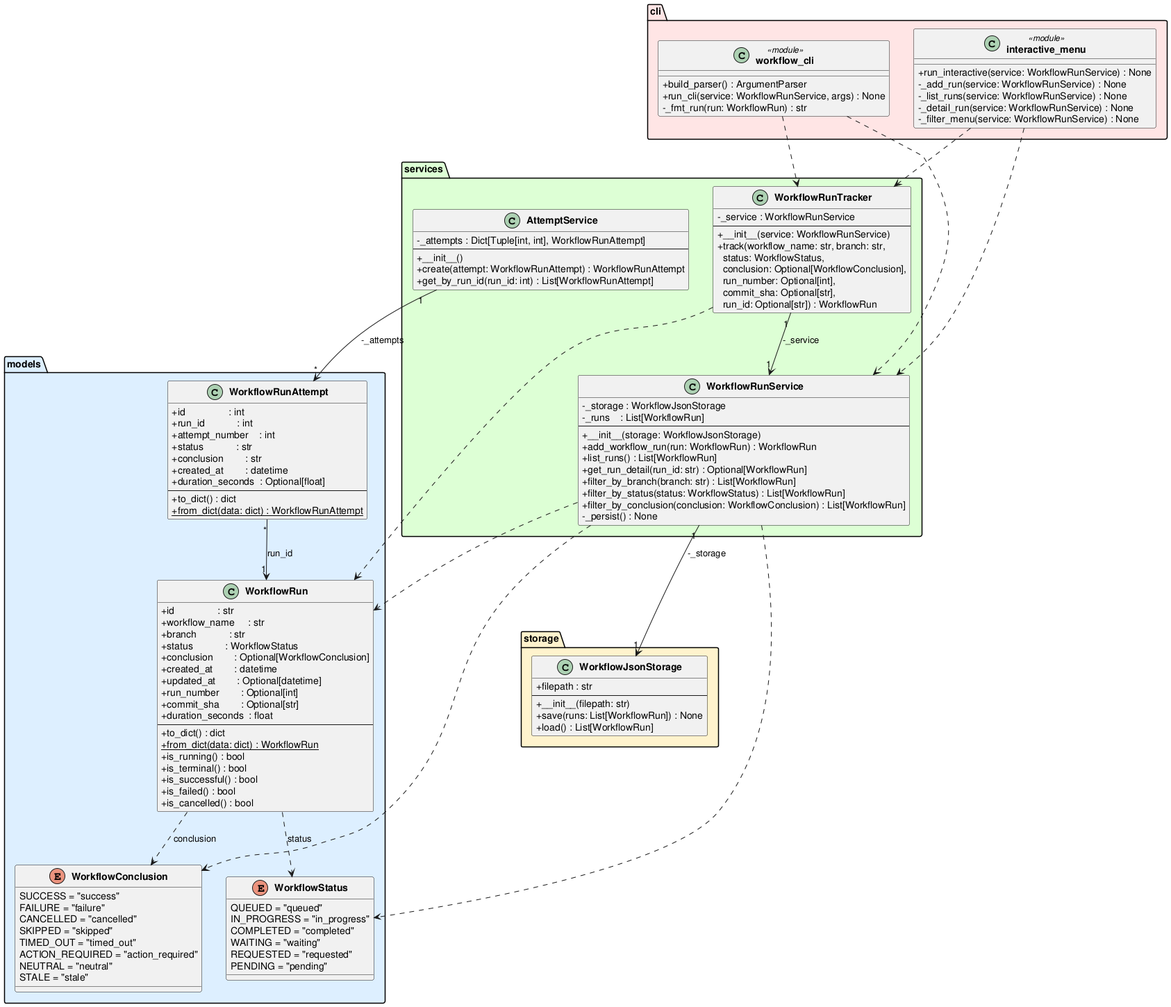
Earlier version of the PlantUML export experiments/supervisor_as_tools/test_driven/github-workflow-manager/artifacts/class_diagram.png (DanielRiha8906/Software_autoevolution_using_agents).
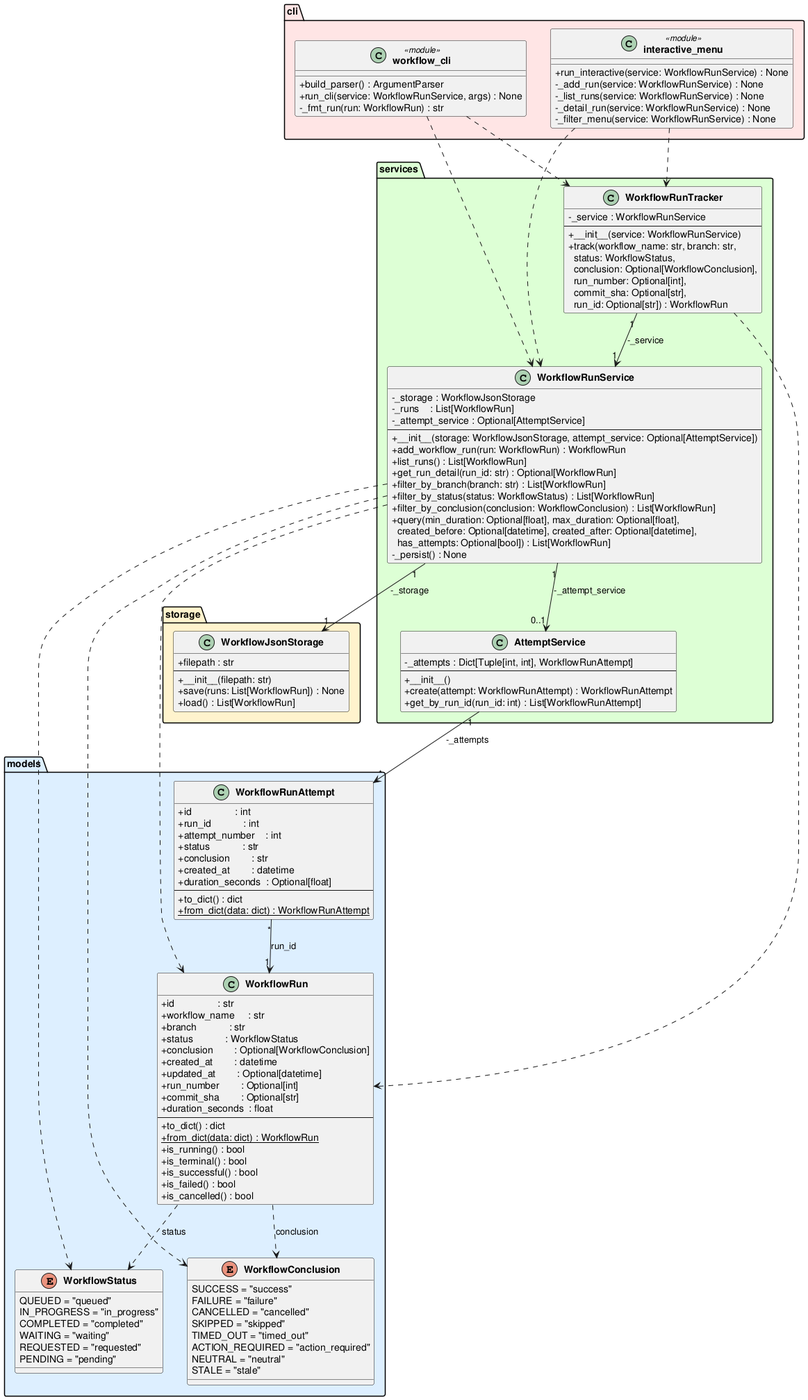
After the commit.

What changed in the source:
```diff
@@ -73,14 +73,16 @@
     class WorkflowRunService {
         -_storage : WorkflowJsonStorage
         -_runs    : List[WorkflowRun]
+        -_attempt_service : Optional[AttemptService]
         --
-        +__init__(storage: WorkflowJsonStorage)
+        +__init__(storage: WorkflowJsonStorage, attempt_service: Optional[AttemptService])
         +add_workflow_run(run: WorkflowRun) : WorkflowRun
         +list_runs() : List[WorkflowRun]
         +get_run_detail(run_id: str) : Optional[WorkflowRun]
         +filter_by_branch(branch: str) : List[WorkflowRun]
         +filter_by_status(status: WorkflowStatus) : List[WorkflowRun]
         +filter_by_conclusion(conclusion: WorkflowConclusion) : List[WorkflowRun]
+        +query(min_duration: Optional[float], max_duration: Optional[float],\n  created_before: Optional[datetime], created_after: Optional[datetime],\n  has_attempts: Optional[bool]) : List[WorkflowRun]
         -_persist() : None
     }
 
@@ -120,6 +122,7 @@
 WorkflowRun                ..>  WorkflowConclusion    : conclusion
 WorkflowRunAttempt    "*" --> "1" WorkflowRun        : run_id
 WorkflowRunService    "1" --> "1" WorkflowJsonStorage : -_storage
+WorkflowRunService    "1" --> "0..1" AttemptService   : -_attempt_service
 WorkflowRunService         ..>  WorkflowRun
 WorkflowRunService         ..>  WorkflowStatus
 WorkflowRunService         ..>  WorkflowConclusion
```
